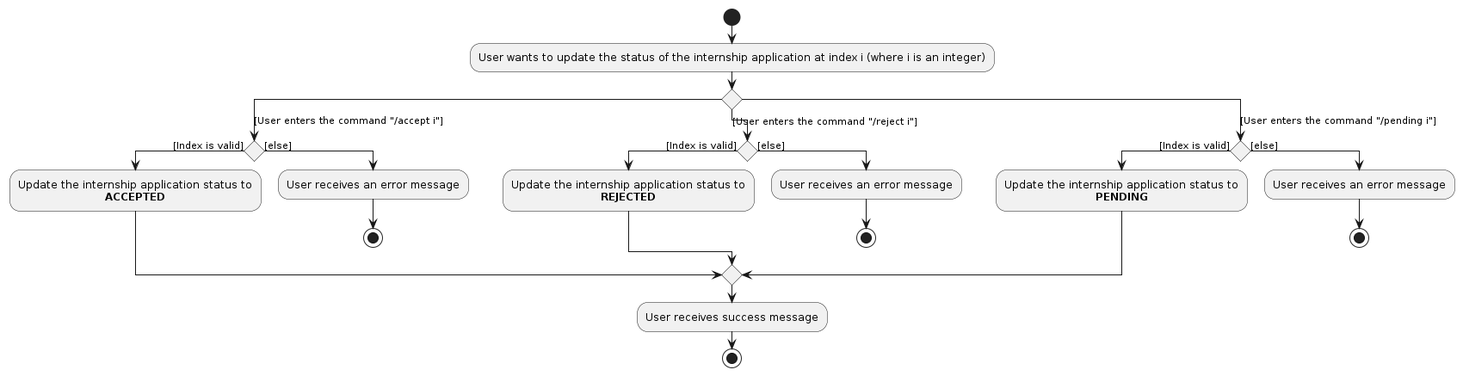
Before: diagrams/StatusActivityDiagram.png, a diagram exported from PlantUML (woke02/tp). Its source is kept beside it as diagrams/StatusActivityDiagram.puml.
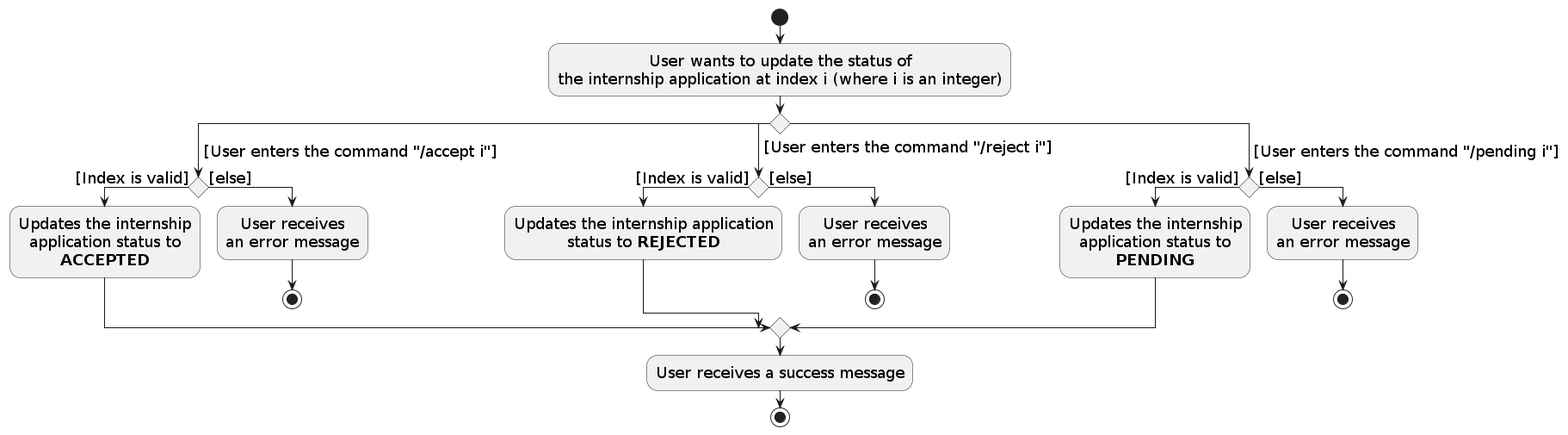
The same file after the commit.

What changed in the source:
```diff
@@ -1,37 +1,44 @@
 @startuml
 !include style.puml
 skinparam ArrowFontStyle plain
+skinparam DefaultFontSize 18  // Adjust this value as needed
 
 start
-:User wants to update the status of the internship application at index i (where i is an integer);
+:User wants to update the status of
+the internship application at index i (where i is an integer);
 
 switch ()
-case ([User enters the command "/accept i"])
+case ( [User enters the command "/accept i"])
     if () then ([Index is valid])
-        :Update the internship application status to
+        :Updates the internship
+        application status to
         **ACCEPTED**;
     else ([else])
-        :User receives an error message;
+        :User receives
+        an error message;
         stop
     endif
-case ([User enters the command "/reject i"])
+case ( [User enters the command "/reject i"])
     if () then ([Index is valid])
-        :Update the internship application status to
-        **REJECTED**;
+        :Updates the internship application
+        status to **REJECTED**;
     else ([else])
-        :User receives an error message;
+        :User receives
+        an error message;
         stop
     endif
-case ([User enters the command "/pending i"])
+case ( [User enters the command "/pending i"])
     if () then ([Index is valid])
-        :Update the internship application status to
+        :Updates the internship
+        application status to
         **PENDING**;
     else ([else])
-        :User receives an error message;
+        :User receives
+        an error message;
         stop
     endif
 endswitch
 
-:User receives success message;
+:User receives a success message;
 stop
 @enduml
```
